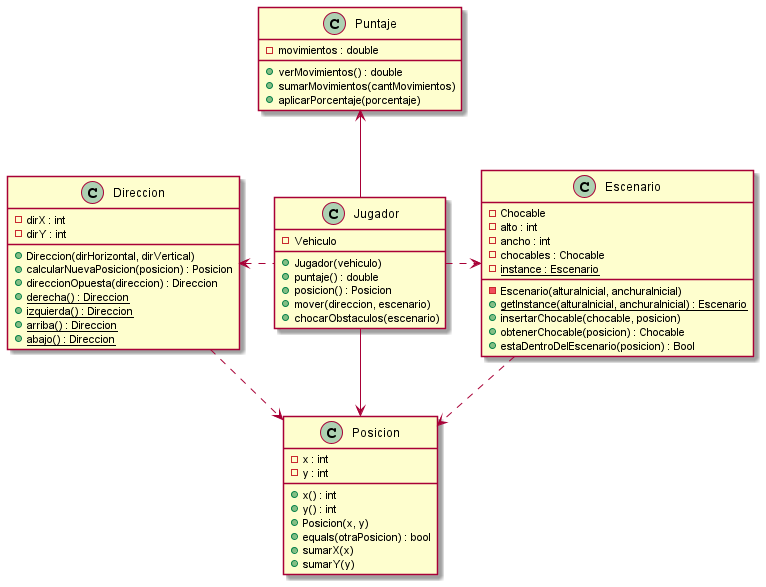
Earlier version of the PlantUML export diagrams/classes/diagrama_general.png (NestorPala/T17-GPSChallenge).
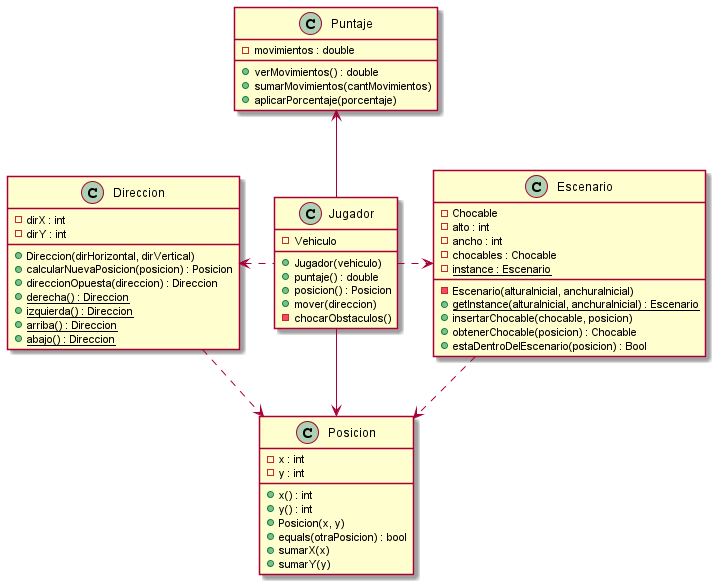
The same diagram one commit later.

Commit message:
convierto Escenario a Singleton - parte 2

Change to the diagram source:
```diff
@@ -5,8 +5,8 @@
     + Jugador(vehiculo)
     + puntaje() : double
     + posicion() : Posicion
-    + mover(direccion, escenario)
-    + chocarObstaculos(escenario)
+    + mover(direccion)
+    - chocarObstaculos()
 }
 
 class Puntaje {
```
